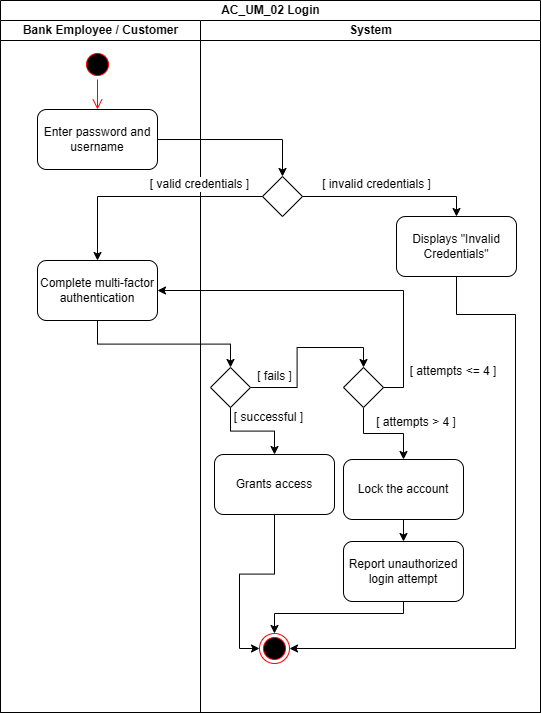
This is diagrams/activity-diagrams/AC_UM_02.png from Markl1T/bank-management-system, a draw.io export, as it was before one commit. Source tidied: cells renumbered, new cells last; positions are measured from the earlier drawing's top-left corner, leaving out a move shared by most shapes.
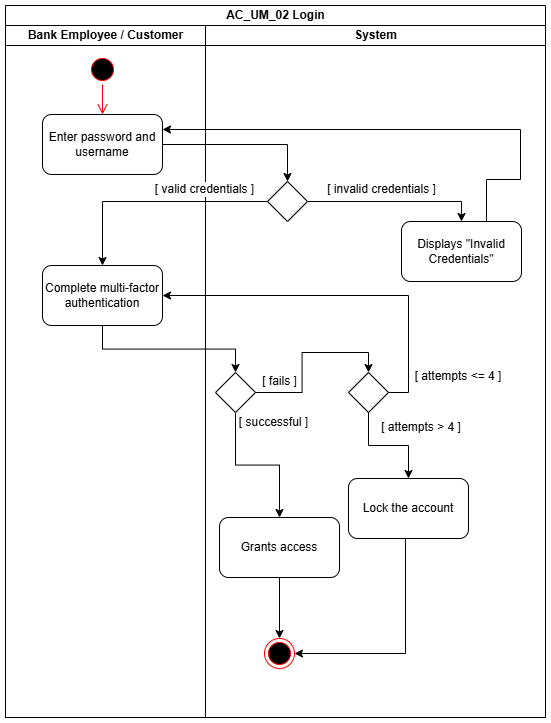
After the commit.

The edit, as a diff of the source:
```diff
@@ -54,7 +54,7 @@
       <mxGeometry x="10" y="347" width="40" height="40" as="geometry" />
     </mxCell>
     <mxCell id="19" value="Grants access" style="rounded=1;whiteSpace=wrap;html=1;" parent="11" vertex="1">
-      <mxGeometry x="14" y="434" width="120" height="60" as="geometry" />
+      <mxGeometry x="14" y="492" width="120" height="60" as="geometry" />
     </mxCell>
     <mxCell id="20" style="edgeStyle=orthogonalEdgeStyle;rounded=0;jettySize=auto;html=1;entryX=0.5;entryY=0;entryDx=0;entryDy=0;exitX=0.5;exitY=1;exitDx=0;exitDy=0;" parent="11" edge="1" source="21" target="25">
       <mxGeometry relative="1" as="geometry" />
@@ -68,13 +68,17 @@
     <mxCell id="23" value="[ successful&amp;nbsp;&lt;span style=&quot;color: light-dark(rgb(0, 0, 0), rgb(255, 255, 255));&quot;&gt;]&lt;/span&gt;" style="text;html=1;align=center;verticalAlign=middle;whiteSpace=wrap;rounded=0;labelBackgroundColor=default;" parent="11" vertex="1">
       <mxGeometry x="31" y="382" width="74.5" height="30" as="geometry" />
     </mxCell>
-    <mxCell id="24" style="edgeStyle=orthogonalEdgeStyle;rounded=0;jettySize=auto;html=1;" parent="11" edge="1" source="25" target="31">
-      <mxGeometry relative="1" as="geometry" />
+    <mxCell id="24" style="edgeStyle=orthogonalEdgeStyle;rounded=0;jettySize=auto;html=1;" parent="11" edge="1" source="25" target="27">
+      <mxGeometry relative="1" as="geometry">
+        <Array as="points">
+          <mxPoint x="200" y="628" />
+        </Array>
+      </mxGeometry>
     </mxCell>
     <mxCell id="25" value="Lock the account" style="rounded=1;whiteSpace=wrap;html=1;" parent="11" vertex="1">
-      <mxGeometry x="143" y="439" width="120" height="60" as="geometry" />
+      <mxGeometry x="143" y="453" width="120" height="60" as="geometry" />
     </mxCell>
-    <mxCell id="26" style="edgeStyle=orthogonalEdgeStyle;rounded=0;jettySize=auto;html=1;exitX=0.5;exitY=1;exitDx=0;exitDy=0;entryX=0;entryY=0.5;entryDx=0;entryDy=0;" parent="11" edge="1" source="19" target="27">
+    <mxCell id="26" style="edgeStyle=orthogonalEdgeStyle;rounded=0;jettySize=auto;html=1;exitX=0.5;exitY=1;exitDx=0;exitDy=0;" parent="11" edge="1" source="19" target="27">
       <mxGeometry relative="1" as="geometry" />
     </mxCell>
     <mxCell id="27" style="ellipse;html=1;shape=endState;fillColor=#000000;strokeColor=#ff0000;" parent="11" vertex="1">
@@ -89,28 +93,18 @@
     <mxCell id="30" value="[ attempts &amp;gt; 4&amp;nbsp;&lt;span style=&quot;color: light-dark(rgb(0, 0, 0), rgb(255, 255, 255));&quot;&gt;]&lt;/span&gt;" style="text;html=1;align=center;verticalAlign=middle;whiteSpace=wrap;rounded=0;labelBackgroundColor=default;" parent="11" vertex="1">
       <mxGeometry x="169" y="387" width="94" height="30" as="geometry" />
     </mxCell>
-    <mxCell id="31" value="Report unauthorized login attempt" style="whiteSpace=wrap;html=1;rounded=1;" parent="11" vertex="1">
-      <mxGeometry x="143" y="521" width="120" height="60" as="geometry" />
+    <mxCell id="31" style="edgeStyle=orthogonalEdgeStyle;rounded=0;jettySize=auto;html=1;entryX=1;entryY=0.5;entryDx=0;entryDy=0;exitX=1;exitY=0.5;exitDx=0;exitDy=0;" parent="2" edge="1" source="21" target="7">
+      <mxGeometry relative="1" as="geometry" />
     </mxCell>
-    <mxCell id="32" style="edgeStyle=orthogonalEdgeStyle;rounded=0;jettySize=auto;html=1;exitX=0.5;exitY=1;exitDx=0;exitDy=0;entryX=1;entryY=0.5;entryDx=0;entryDy=0;" parent="11" edge="1" source="28" target="27">
+    <mxCell id="32" style="edgeStyle=orthogonalEdgeStyle;rounded=0;jettySize=auto;html=1;exitX=0.5;exitY=0;exitDx=0;exitDy=0;" parent="2" edge="1" source="28" target="5">
       <mxGeometry relative="1" as="geometry">
         <Array as="points">
-          <mxPoint x="256" y="294" />
-          <mxPoint x="315" y="294" />
-          <mxPoint x="315" y="628" />
+          <mxPoint x="481" y="216" />
+          <mxPoint x="481" y="174" />
+          <mxPoint x="515" y="174" />
+          <mxPoint x="515" y="124" />
         </Array>
       </mxGeometry>
     </mxCell>
-    <mxCell id="33" style="edgeStyle=orthogonalEdgeStyle;rounded=0;jettySize=auto;html=1;exitX=0.5;exitY=1;exitDx=0;exitDy=0;entryX=0.5;entryY=0;entryDx=0;entryDy=0;" parent="11" edge="1" source="31" target="27">
-      <mxGeometry relative="1" as="geometry">
-        <Array as="points">
-          <mxPoint x="203" y="593" />
-          <mxPoint x="74" y="593" />
-        </Array>
-      </mxGeometry>
-    </mxCell>
-    <mxCell id="34" style="edgeStyle=orthogonalEdgeStyle;rounded=0;jettySize=auto;html=1;entryX=1;entryY=0.5;entryDx=0;entryDy=0;exitX=1;exitY=0.5;exitDx=0;exitDy=0;" parent="2" edge="1" source="21" target="7">
-      <mxGeometry relative="1" as="geometry" />
-    </mxCell>
   </root>
 </mxGraphModel>
```
